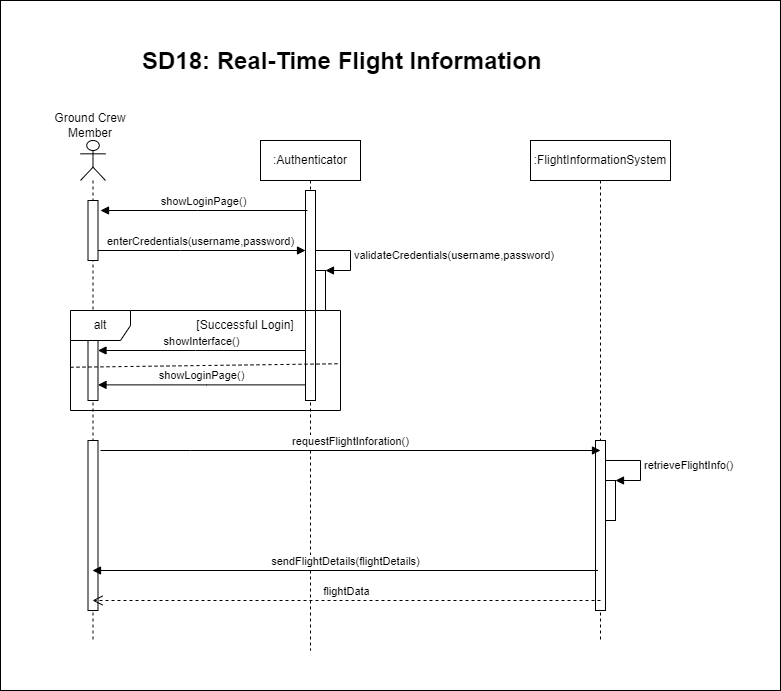
Earlier version of the draw.io export Diagramms/Sequence Diagrams/SequenceDiagram18.png (Smr002/Group01_Airport_Management_System). Source tidied: cells renumbered, new cells last; positions are measured from the earlier drawing's top-left corner, leaving out a move shared by most shapes.
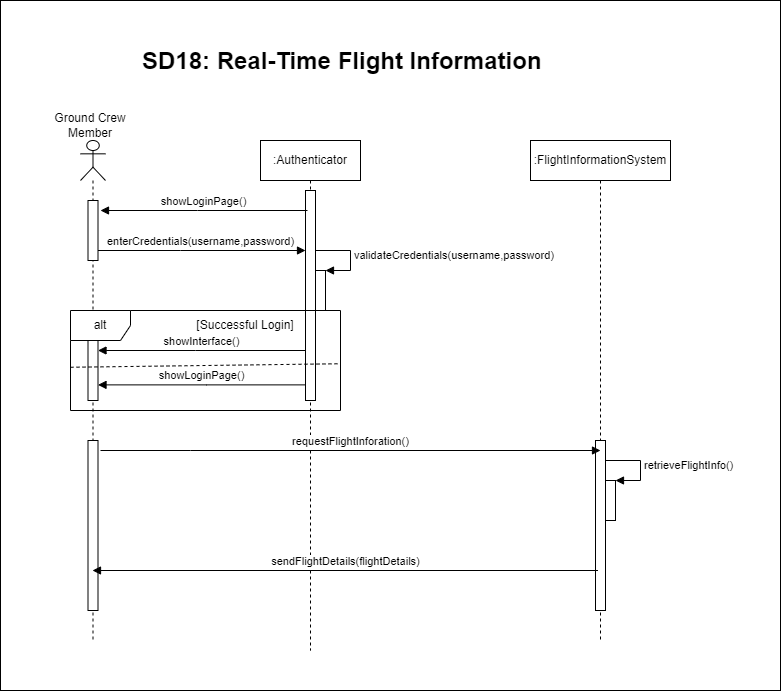
Above is the later version.

What changed in the source:
```diff
@@ -123,10 +123,5 @@
         </Array>
       </mxGeometry>
     </mxCell>
-    <mxCell id="26" value="flightData" style="html=1;verticalAlign=bottom;endArrow=open;dashed=1;endSize=8;curved=0;rounded=0;" parent="1" edge="1" target="9">
-      <mxGeometry relative="1" as="geometry">
-        <mxPoint x="600" y="600" as="sourcePoint" />
-      </mxGeometry>
-    </mxCell>
   </root>
 </mxGraphModel>
```
